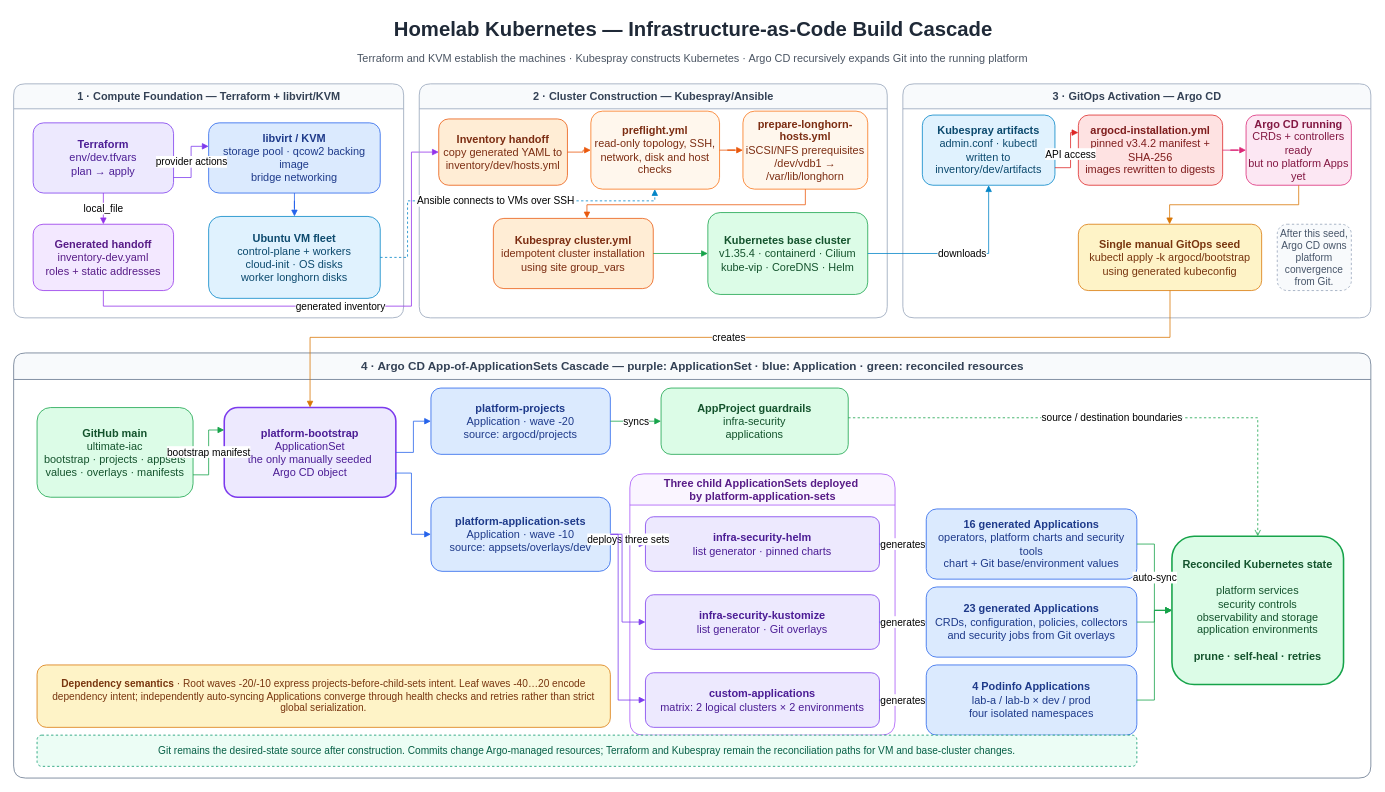
EmrhT/ultimate-iac keeps this draw.io diagram as visual/homelab-iac-build-cascade.drawio. Above is the earlier version. Source tidied: cells renumbered, new cells numbered last; positions are measured from the earlier drawing's top-left corner, leaving out a move shared by most shapes. Both pictures are drawn from the tidied source at 78%, with x=0, y=0 at pixel (13, 13).
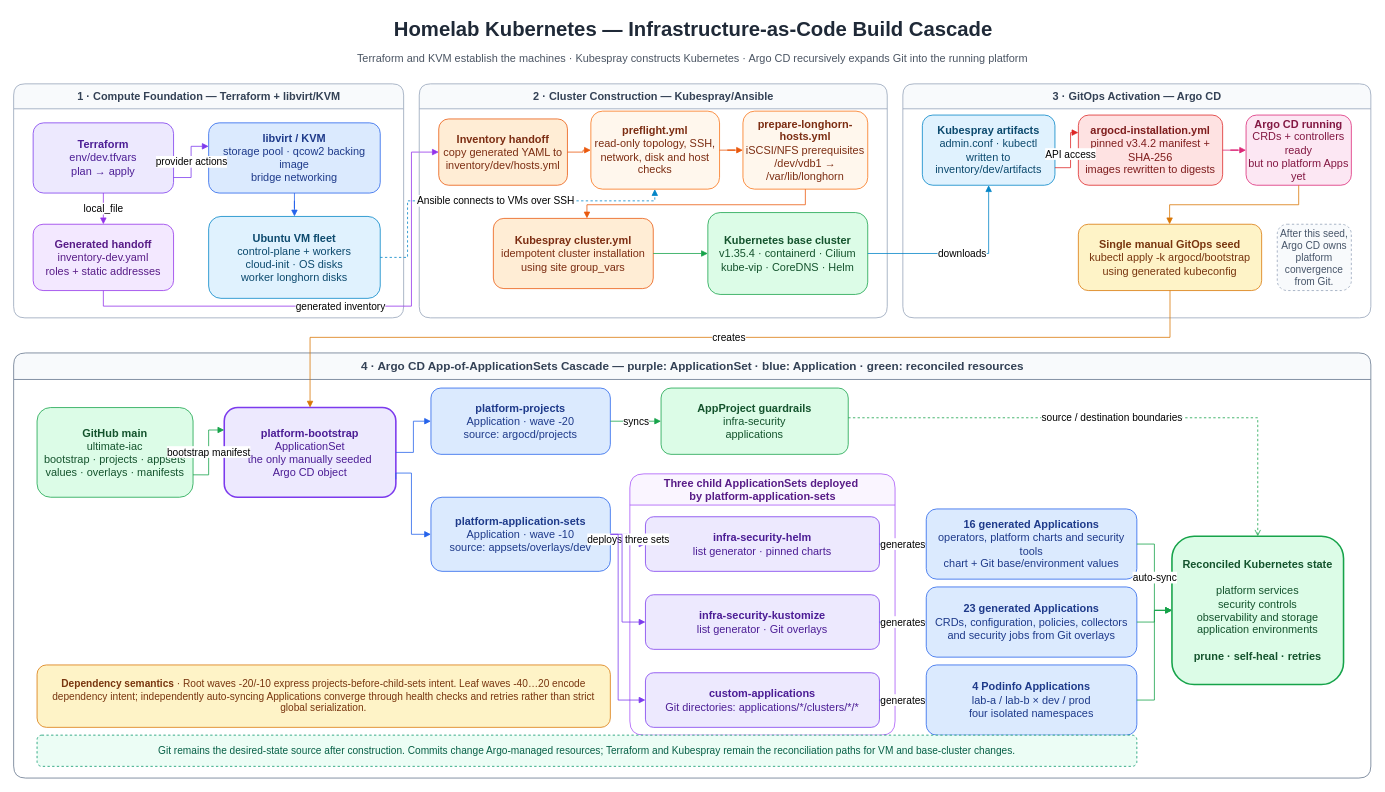
After the change.

Commit message (it also covers changes not shown here):
update, application set generator for custom apps from list to git directory generator

Diff of the diagram source:
```diff
@@
-    <mxCell id="31" value="&lt;b&gt;custom-applications&lt;/b&gt;&lt;br&gt;matrix: 2 logical clusters × 2 environments" style="rounded=1;whiteSpace=wrap;html=1;fillColor=#EDE9FE;strokeColor=#7C3AED;fontColor=#4C1D95;fontSize=14;" parent="1" vertex="1">
+    <mxCell id="31" value="&lt;b&gt;custom-applications&lt;/b&gt;&lt;br&gt;Git directories: applications/*/clusters/*/*" style="rounded=1;whiteSpace=wrap;html=1;fillColor=#EDE9FE;strokeColor=#7C3AED;fontColor=#4C1D95;fontSize=14;" parent="1" vertex="1">
       <mxGeometry x="810" y="845" width="300" height="70" as="geometry" />
     </mxCell>
```
